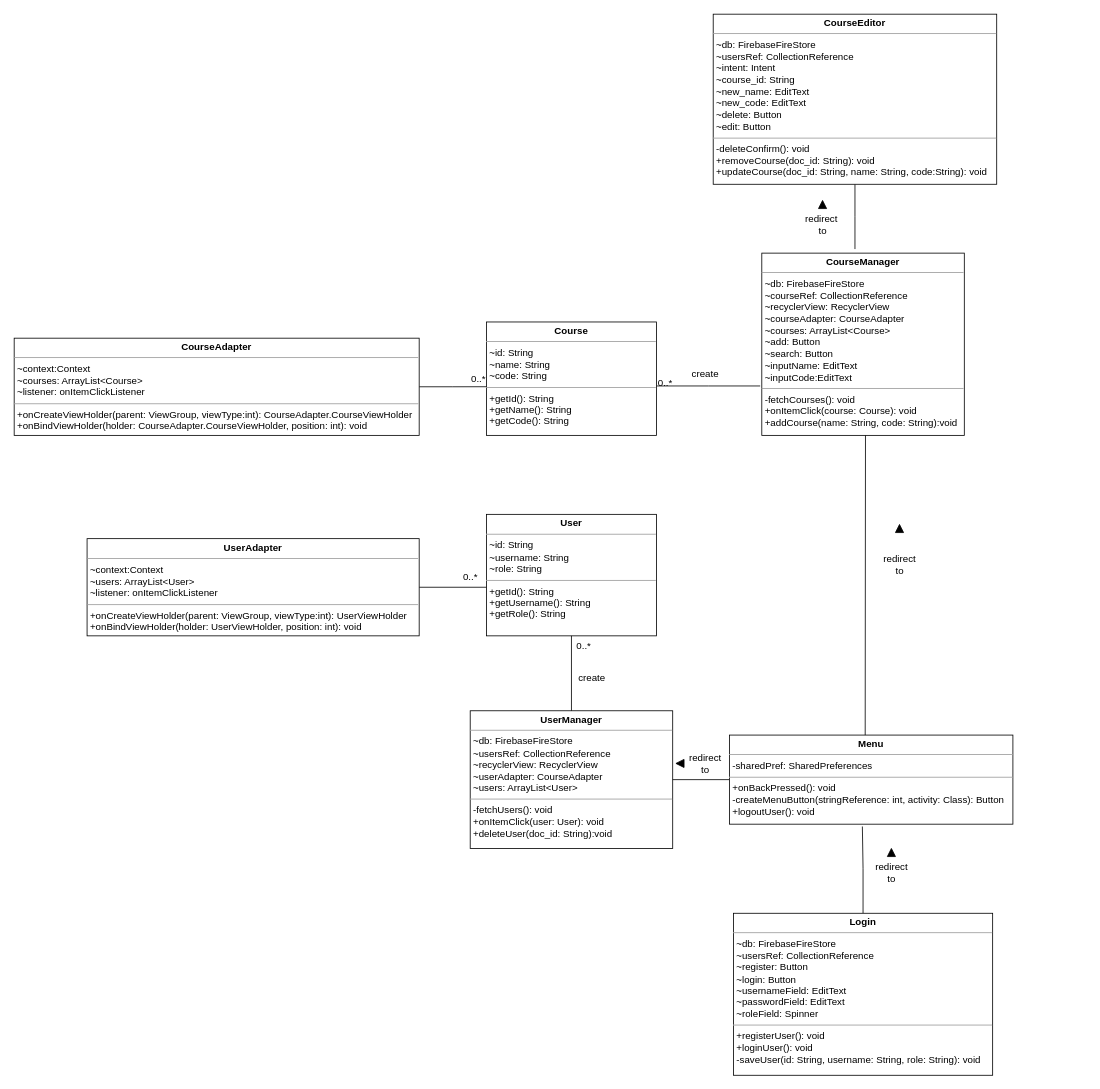
Before: UML_diagram.drawio in Lilydahamna/SEG3103_project, a draw.io diagram. Source tidied: cells renumbered, new cells numbered last; positions are measured from the earlier drawing's top-left corner, leaving out a move shared by most shapes. Both pictures are drawn from the tidied source at 81%, with x=0, y=0 at pixel (14, 14).
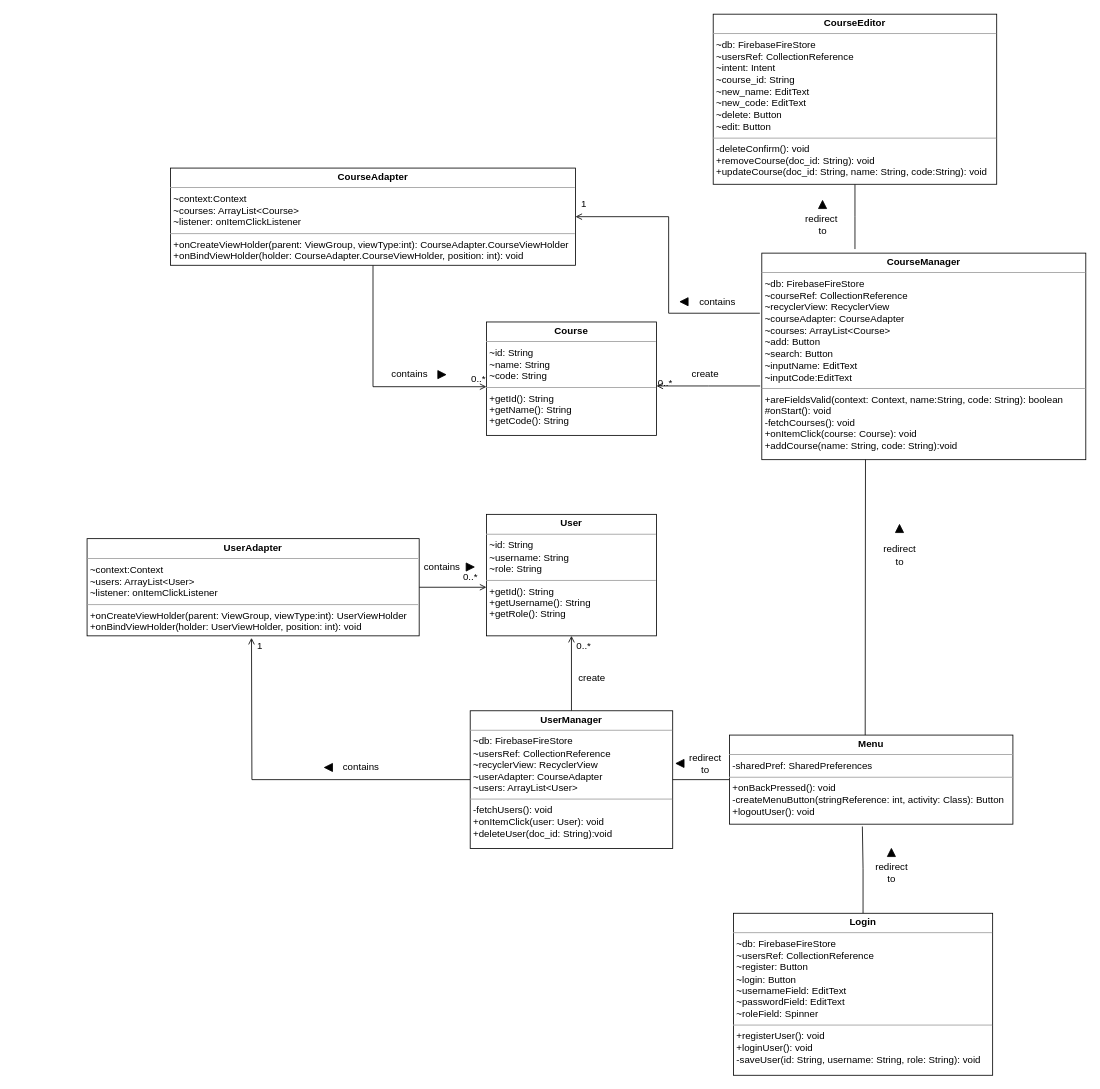
The same page after the edit.

Commit message:
uml diagram final version

The change refers to these unchanged cells:
```xml
<mxCell id="5" value="&lt;p style=&quot;margin:0px;margin-top:4px;text-align:center;&quot;&gt;&lt;b&gt;Course&lt;/b&gt;&lt;/p&gt;&lt;hr size=&quot;1&quot;&gt;&lt;p style=&quot;margin:0px;margin-left:4px;&quot;&gt;~id: String&lt;/p&gt;&lt;p style=&quot;margin:0px;margin-left:4px;&quot;&gt;&lt;span style=&quot;background-color: initial;&quot;&gt;~name: String&lt;/span&gt;&lt;/p&gt;&lt;p style=&quot;margin:0px;margin-left:4px;&quot;&gt;&lt;span style=&quot;background-color: initial;&quot;&gt;~code: String&amp;nbsp;&lt;/span&gt;&lt;/p&gt;&lt;hr size=&quot;1&quot;&gt;&lt;p style=&quot;margin:0px;margin-left:4px;&quot;&gt;+getId(): String&lt;/p&gt;&lt;p style=&quot;margin:0px;margin-left:4px;&quot;&gt;+getName(): String&lt;/p&gt;&lt;p style=&quot;margin:0px;margin-left:4px;&quot;&gt;+getCode(): String&lt;/p&gt;&lt;p style=&quot;margin:0px;margin-left:4px;&quot;&gt;&lt;br&gt;&lt;/p&gt;&lt;p style=&quot;margin:0px;margin-left:4px;&quot;&gt;&lt;br&gt;&lt;/p&gt;" style="verticalAlign=top;align=left;overflow=fill;fontSize=12;fontFamily=Helvetica;html=1;" parent="1" vertex="1">
  <mxGeometry x="583" y="380" width="210" height="140" as="geometry" />
</mxCell>
<mxCell id="6" value="&lt;p style=&quot;margin:0px;margin-top:4px;text-align:center;&quot;&gt;&lt;b&gt;User&lt;/b&gt;&lt;/p&gt;&lt;hr size=&quot;1&quot;&gt;&lt;p style=&quot;margin:0px;margin-left:4px;&quot;&gt;~id: String&lt;/p&gt;&lt;p style=&quot;margin:0px;margin-left:4px;&quot;&gt;&lt;span style=&quot;background-color: initial;&quot;&gt;~username: String&lt;/span&gt;&lt;/p&gt;&lt;p style=&quot;margin:0px;margin-left:4px;&quot;&gt;&lt;span style=&quot;background-color: initial;&quot;&gt;~role: String&amp;nbsp;&lt;/span&gt;&lt;/p&gt;&lt;hr size=&quot;1&quot;&gt;&lt;p style=&quot;margin:0px;margin-left:4px;&quot;&gt;+getId(): String&lt;/p&gt;&lt;p style=&quot;margin:0px;margin-left:4px;&quot;&gt;+getUsername(): String&lt;/p&gt;&lt;p style=&quot;margin:0px;margin-left:4px;&quot;&gt;+getRole(): String&lt;/p&gt;&lt;p style=&quot;margin:0px;margin-left:4px;&quot;&gt;&lt;br&gt;&lt;/p&gt;&lt;p style=&quot;margin:0px;margin-left:4px;&quot;&gt;&lt;br&gt;&lt;/p&gt;" style="verticalAlign=top;align=left;overflow=fill;fontSize=12;fontFamily=Helvetica;html=1;" parent="1" vertex="1">
  <mxGeometry x="583" y="617.5" width="210" height="150" as="geometry" />
</mxCell>
<mxCell id="8" value="&lt;p style=&quot;margin:0px;margin-top:4px;text-align:center;&quot;&gt;&lt;b&gt;UserManager&lt;/b&gt;&lt;/p&gt;&lt;hr size=&quot;1&quot;&gt;&lt;p style=&quot;margin:0px;margin-left:4px;&quot;&gt;~db: FirebaseFireStore&lt;/p&gt;&lt;p style=&quot;margin:0px;margin-left:4px;&quot;&gt;~usersRef: CollectionReference&lt;/p&gt;&lt;p style=&quot;margin:0px;margin-left:4px;&quot;&gt;~recyclerView: RecyclerView&lt;/p&gt;&lt;p style=&quot;margin:0px;margin-left:4px;&quot;&gt;~userAdapter: CourseAdapter&lt;/p&gt;&lt;p style=&quot;margin:0px;margin-left:4px;&quot;&gt;~users: ArrayList&amp;lt;User&amp;gt;&lt;/p&gt;&lt;hr size=&quot;1&quot;&gt;&lt;p style=&quot;margin:0px;margin-left:4px;&quot;&gt;-fetchUsers(): void&lt;/p&gt;&lt;p style=&quot;margin:0px;margin-left:4px;&quot;&gt;+onItemClick(user: User): void&lt;/p&gt;&lt;p style=&quot;margin:0px;margin-left:4px;&quot;&gt;+deleteUser(doc_id: String):void&lt;/p&gt;" style="verticalAlign=top;align=left;overflow=fill;fontSize=12;fontFamily=Helvetica;html=1;" parent="1" vertex="1">
  <mxGeometry x="563" y="860" width="250" height="170" as="geometry" />
</mxCell>
<mxCell id="13" value="&lt;p style=&quot;margin:0px;margin-top:4px;text-align:center;&quot;&gt;&lt;b&gt;Menu&lt;/b&gt;&lt;/p&gt;&lt;hr size=&quot;1&quot;&gt;&lt;p style=&quot;margin:0px;margin-left:4px;&quot;&gt;-sharedPref: SharedPreferences&lt;/p&gt;&lt;hr size=&quot;1&quot;&gt;&lt;p style=&quot;margin:0px;margin-left:4px;&quot;&gt;+onBackPressed(): void&lt;/p&gt;&lt;p style=&quot;margin:0px;margin-left:4px;&quot;&gt;-createMenuButton(stringReference: int, activity: Class): Button&lt;/p&gt;&lt;p style=&quot;margin:0px;margin-left:4px;&quot;&gt;+logoutUser(): void&lt;/p&gt;" style="verticalAlign=top;align=left;overflow=fill;fontSize=12;fontFamily=Helvetica;html=1;" parent="1" vertex="1">
  <mxGeometry x="883" y="890" width="350" height="110" as="geometry" />
</mxCell>
<mxCell id="21" value="&lt;p style=&quot;margin:0px;margin-top:4px;text-align:center;&quot;&gt;&lt;b&gt;UserAdapter&lt;/b&gt;&lt;/p&gt;&lt;hr size=&quot;1&quot;&gt;&lt;p style=&quot;margin:0px;margin-left:4px;&quot;&gt;~context:Context&lt;/p&gt;&lt;p style=&quot;margin:0px;margin-left:4px;&quot;&gt;~users: ArrayList&amp;lt;User&amp;gt;&lt;/p&gt;&lt;p style=&quot;margin:0px;margin-left:4px;&quot;&gt;~listener: onItemClickListener&lt;/p&gt;&lt;hr size=&quot;1&quot;&gt;&lt;p style=&quot;margin:0px;margin-left:4px;&quot;&gt;+onCreateViewHolder(parent: ViewGroup, viewType:int): UserViewHolder&lt;/p&gt;&lt;p style=&quot;margin:0px;margin-left:4px;&quot;&gt;+onBindViewHolder(holder: UserViewHolder, position: int): void&lt;/p&gt;" style="verticalAlign=top;align=left;overflow=fill;fontSize=12;fontFamily=Helvetica;html=1;" parent="1" vertex="1">
  <mxGeometry x="90" y="647.5" width="410" height="120" as="geometry" />
</mxCell>
```

What changed in the source:
```diff
@@
-    <mxCell id="2" style="endArrow=none;shadow=0;strokeWidth=1;rounded=0;endFill=0;edgeStyle=elbowEdgeStyle;elbow=vertical;strokeColor=default;" parent="1" edge="1">
+    <mxCell id="2" style="endArrow=none;shadow=0;strokeWidth=1;rounded=0;endFill=0;edgeStyle=elbowEdgeStyle;elbow=vertical;strokeColor=default;startArrow=open;startFill=0;" parent="1" edge="1">
       <mxGeometry x="0.5" y="41" relative="1" as="geometry">
         <mxPoint x="793" y="459" as="sourcePoint" />
         <mxPoint x="921" y="459" as="targetPoint" />
         <mxPoint x="-40" y="32" as="offset" />
       </mxGeometry>
     </mxCell>
@@
-    <mxCell id="7" value="&lt;p style=&quot;margin:0px;margin-top:4px;text-align:center;&quot;&gt;&lt;b&gt;CourseManager&lt;/b&gt;&lt;/p&gt;&lt;hr size=&quot;1&quot;&gt;&lt;p style=&quot;margin:0px;margin-left:4px;&quot;&gt;~db: FirebaseFireStore&lt;/p&gt;&lt;p style=&quot;margin:0px;margin-left:4px;&quot;&gt;~courseRef: CollectionReference&lt;/p&gt;&lt;p style=&quot;margin:0px;margin-left:4px;&quot;&gt;~recyclerView: RecyclerView&lt;/p&gt;&lt;p style=&quot;margin:0px;margin-left:4px;&quot;&gt;~courseAdapter: CourseAdapter&lt;/p&gt;&lt;p style=&quot;margin:0px;margin-left:4px;&quot;&gt;~courses: ArrayList&amp;lt;Course&amp;gt;&lt;/p&gt;&lt;p style=&quot;margin:0px;margin-left:4px;&quot;&gt;~add: Button&lt;/p&gt;&lt;p style=&quot;margin:0px;margin-left:4px;&quot;&gt;~search: Button&lt;/p&gt;&lt;p style=&quot;margin:0px;margin-left:4px;&quot;&gt;~inputName: EditText&lt;/p&gt;&lt;p style=&quot;margin:0px;margin-left:4px;&quot;&gt;~inputCode:EditText&lt;/p&gt;&lt;hr size=&quot;1&quot;&gt;&lt;p style=&quot;margin:0px;margin-left:4px;&quot;&gt;-fetchCourses(): void&lt;/p&gt;&lt;p style=&quot;margin:0px;margin-left:4px;&quot;&gt;+onItemClick(course: Course): void&lt;/p&gt;&lt;p style=&quot;margin:0px;margin-left:4px;&quot;&gt;+addCourse(name: String, code: String):void&lt;/p&gt;" style="verticalAlign=top;align=left;overflow=fill;fontSize=12;fontFamily=Helvetica;html=1;" parent="1" vertex="1">
-      <mxGeometry x="923" y="295" width="250" height="225" as="geometry" />
+    <mxCell id="7" value="&lt;p style=&quot;margin:0px;margin-top:4px;text-align:center;&quot;&gt;&lt;b&gt;CourseManager&lt;/b&gt;&lt;/p&gt;&lt;hr size=&quot;1&quot;&gt;&lt;p style=&quot;margin:0px;margin-left:4px;&quot;&gt;~db: FirebaseFireStore&lt;/p&gt;&lt;p style=&quot;margin:0px;margin-left:4px;&quot;&gt;~courseRef: CollectionReference&lt;/p&gt;&lt;p style=&quot;margin:0px;margin-left:4px;&quot;&gt;~recyclerView: RecyclerView&lt;/p&gt;&lt;p style=&quot;margin:0px;margin-left:4px;&quot;&gt;~courseAdapter: CourseAdapter&lt;/p&gt;&lt;p style=&quot;margin:0px;margin-left:4px;&quot;&gt;~courses: ArrayList&amp;lt;Course&amp;gt;&lt;/p&gt;&lt;p style=&quot;margin:0px;margin-left:4px;&quot;&gt;~add: Button&lt;/p&gt;&lt;p style=&quot;margin:0px;margin-left:4px;&quot;&gt;~search: Button&lt;/p&gt;&lt;p style=&quot;margin:0px;margin-left:4px;&quot;&gt;~inputName: EditText&lt;/p&gt;&lt;p style=&quot;margin:0px;margin-left:4px;&quot;&gt;~inputCode:EditText&lt;/p&gt;&lt;hr size=&quot;1&quot;&gt;&lt;p style=&quot;margin:0px;margin-left:4px;&quot;&gt;+areFieldsValid(context: Context, name:String, code: String): boolean&lt;/p&gt;&lt;p style=&quot;margin:0px;margin-left:4px;&quot;&gt;#onStart(): void&lt;/p&gt;&lt;p style=&quot;margin:0px;margin-left:4px;&quot;&gt;-fetchCourses(): void&lt;/p&gt;&lt;p style=&quot;margin:0px;margin-left:4px;&quot;&gt;+onItemClick(course: Course): void&lt;/p&gt;&lt;p style=&quot;margin:0px;margin-left:4px;&quot;&gt;+addCourse(name: String, code: String):void&lt;/p&gt;" style="verticalAlign=top;align=left;overflow=fill;fontSize=12;fontFamily=Helvetica;html=1;" parent="1" vertex="1">
+      <mxGeometry x="923" y="295" width="400" height="255" as="geometry" />
     </mxCell>
+    <mxCell id="35" style="edgeStyle=orthogonalEdgeStyle;rounded=0;jettySize=auto;html=1;strokeColor=#000000;startArrow=none;startFill=0;endArrow=open;endFill=0;" parent="1" edge="1" source="8">
+      <mxGeometry relative="1" as="geometry">
+        <mxPoint x="293" y="770" as="targetPoint" />
+      </mxGeometry>
+    </mxCell>
@@
-    <mxCell id="9" style="endArrow=none;html=1;rounded=0;entryX=0.5;entryY=0;entryDx=0;entryDy=0;exitX=0.5;exitY=1;exitDx=0;exitDy=0;endFill=0;" parent="1" edge="1" source="6" target="8">
+    <mxCell id="9" style="endArrow=none;html=1;rounded=0;entryX=0.5;entryY=0;entryDx=0;entryDy=0;exitX=0.5;exitY=1;exitDx=0;exitDy=0;endFill=0;startArrow=open;startFill=0;" parent="1" edge="1" source="6" target="8">
       <mxGeometry relative="1" as="geometry" />
     </mxCell>
@@
-    <mxCell id="18" style="edgeStyle=orthogonalEdgeStyle;rounded=0;jettySize=auto;html=1;entryX=0;entryY=0.571;entryDx=0;entryDy=0;entryPerimeter=0;strokeColor=#000000;endArrow=none;endFill=0;" parent="1" edge="1" source="19" target="5">
+    <mxCell id="18" style="edgeStyle=orthogonalEdgeStyle;rounded=0;jettySize=auto;html=1;entryX=0;entryY=0.571;entryDx=0;entryDy=0;entryPerimeter=0;strokeColor=#000000;endArrow=open;endFill=0;" parent="1" edge="1" source="19" target="5">
       <mxGeometry relative="1" as="geometry" />
     </mxCell>
+    <mxCell id="36" style="edgeStyle=orthogonalEdgeStyle;rounded=0;jettySize=auto;html=1;entryX=-0.006;entryY=0.291;entryDx=0;entryDy=0;entryPerimeter=0;strokeColor=#000000;endArrow=none;endFill=0;startArrow=open;startFill=0;" parent="1" edge="1" source="19" target="7">
+      <mxGeometry relative="1" as="geometry" />
+    </mxCell>
     <mxCell id="19" value="&lt;p style=&quot;margin:0px;margin-top:4px;text-align:center;&quot;&gt;&lt;b&gt;CourseAdapter&lt;/b&gt;&lt;/p&gt;&lt;hr size=&quot;1&quot;&gt;&lt;p style=&quot;margin:0px;margin-left:4px;&quot;&gt;~context:Context&lt;/p&gt;&lt;p style=&quot;margin:0px;margin-left:4px;&quot;&gt;~courses: ArrayList&amp;lt;Course&amp;gt;&lt;/p&gt;&lt;p style=&quot;margin:0px;margin-left:4px;&quot;&gt;~listener: onItemClickListener&lt;/p&gt;&lt;hr size=&quot;1&quot;&gt;&lt;p style=&quot;margin:0px;margin-left:4px;&quot;&gt;+onCreateViewHolder(parent: ViewGroup, viewType:int): CourseAdapter.CourseViewHolder&lt;/p&gt;&lt;p style=&quot;margin:0px;margin-left:4px;&quot;&gt;+onBindViewHolder(holder: CourseAdapter.CourseViewHolder, position: int): void&lt;/p&gt;" style="verticalAlign=top;align=left;overflow=fill;fontSize=12;fontFamily=Helvetica;html=1;" parent="1" vertex="1">
-      <mxGeometry y="400" width="500" height="120" as="geometry" />
+      <mxGeometry x="193" y="190" width="500" height="120" as="geometry" />
     </mxCell>
-    <mxCell id="20" style="edgeStyle=orthogonalEdgeStyle;rounded=0;jettySize=auto;html=1;entryX=0;entryY=0.6;entryDx=0;entryDy=0;entryPerimeter=0;strokeColor=#000000;endArrow=none;endFill=0;" parent="1" edge="1" source="21" target="6">
+    <mxCell id="20" style="edgeStyle=orthogonalEdgeStyle;rounded=0;jettySize=auto;html=1;entryX=0;entryY=0.6;entryDx=0;entryDy=0;entryPerimeter=0;strokeColor=#000000;endArrow=open;endFill=0;" parent="1" edge="1" source="21" target="6">
       <mxGeometry relative="1" as="geometry" />
     </mxCell>
@@
     <mxCell id="28" value="redirect&lt;br&gt;to" style="text;html=1;align=center;verticalAlign=middle;strokeColor=none;fillColor=none;" parent="1" vertex="1">
-      <mxGeometry x="1063" y="660" width="60" height="40" as="geometry" />
+      <mxGeometry x="1063" y="647.5" width="60" height="40" as="geometry" />
     </mxCell>
@@
     <mxCell id="32" style="endArrow=none;html=1;rounded=0;strokeColor=#000000;exitX=0.479;exitY=0;exitDx=0;exitDy=0;exitPerimeter=0;" parent="1" edge="1" source="13">
       <mxGeometry relative="1" as="geometry">
-        <mxPoint x="1051" y="520" as="targetPoint" />
+        <mxPoint x="1051" y="550" as="targetPoint" />
       </mxGeometry>
     </mxCell>
@@
+    <mxCell id="37" value="contains&lt;br&gt;" style="text;html=1;align=center;verticalAlign=middle;strokeColor=none;fillColor=none;" parent="1" vertex="1">
+      <mxGeometry x="453" y="430" width="70" height="30" as="geometry" />
+    </mxCell>
+    <mxCell id="38" value="contains&lt;br&gt;" style="text;html=1;align=center;verticalAlign=middle;strokeColor=none;fillColor=none;" parent="1" vertex="1">
+      <mxGeometry x="493" y="667.5" width="70" height="30" as="geometry" />
+    </mxCell>
+    <mxCell id="39" value="1" style="text;html=1;align=center;verticalAlign=middle;strokeColor=none;fillColor=none;" parent="1" vertex="1">
+      <mxGeometry x="688" y="220" width="30" height="30" as="geometry" />
+    </mxCell>
+    <mxCell id="40" value="contains&lt;br&gt;" style="text;html=1;align=center;verticalAlign=middle;strokeColor=none;fillColor=none;" parent="1" vertex="1">
+      <mxGeometry x="833" y="340" width="70" height="30" as="geometry" />
+    </mxCell>
+    <mxCell id="41" style="triangle;whiteSpace=wrap;html=1;direction=west;fillColor=#000000;" parent="1" vertex="1">
+      <mxGeometry x="822" y="350" width="10" height="10" as="geometry" />
+    </mxCell>
+    <mxCell id="42" style="triangle;whiteSpace=wrap;html=1;direction=east;fillColor=#000000;" parent="1" vertex="1">
+      <mxGeometry x="523" y="440" width="10" height="10" as="geometry" />
+    </mxCell>
+    <mxCell id="43" style="triangle;whiteSpace=wrap;html=1;direction=east;fillColor=#000000;" parent="1" vertex="1">
+      <mxGeometry x="558" y="677.5" width="10" height="10" as="geometry" />
+    </mxCell>
+    <mxCell id="44" value="contains&lt;br&gt;" style="text;html=1;align=center;verticalAlign=middle;strokeColor=none;fillColor=none;" parent="1" vertex="1">
+      <mxGeometry x="393" y="915" width="70" height="30" as="geometry" />
+    </mxCell>
+    <mxCell id="45" style="triangle;whiteSpace=wrap;html=1;direction=west;fillColor=#000000;" parent="1" vertex="1">
+      <mxGeometry x="383" y="925" width="10" height="10" as="geometry" />
+    </mxCell>
+    <mxCell id="46" value="1" style="text;html=1;align=center;verticalAlign=middle;strokeColor=none;fillColor=none;" parent="1" vertex="1">
+      <mxGeometry x="288" y="765" width="30" height="30" as="geometry" />
+    </mxCell>
```
